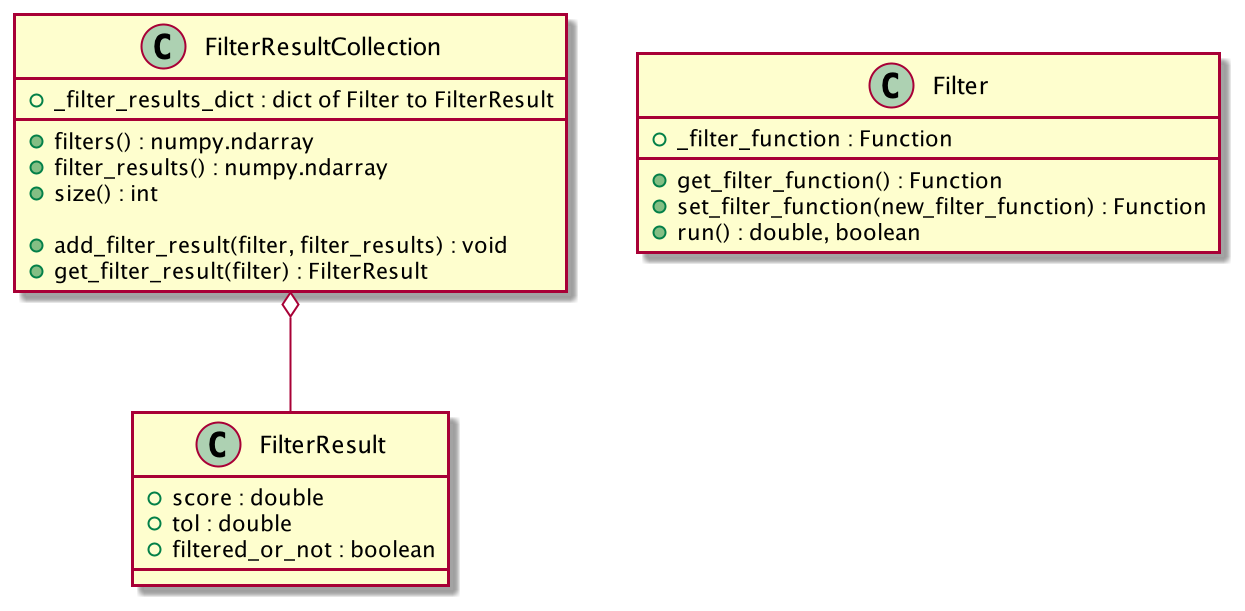
The PlantUML diagram fr_frc.png in sys-bio/SBviper, before a commit.
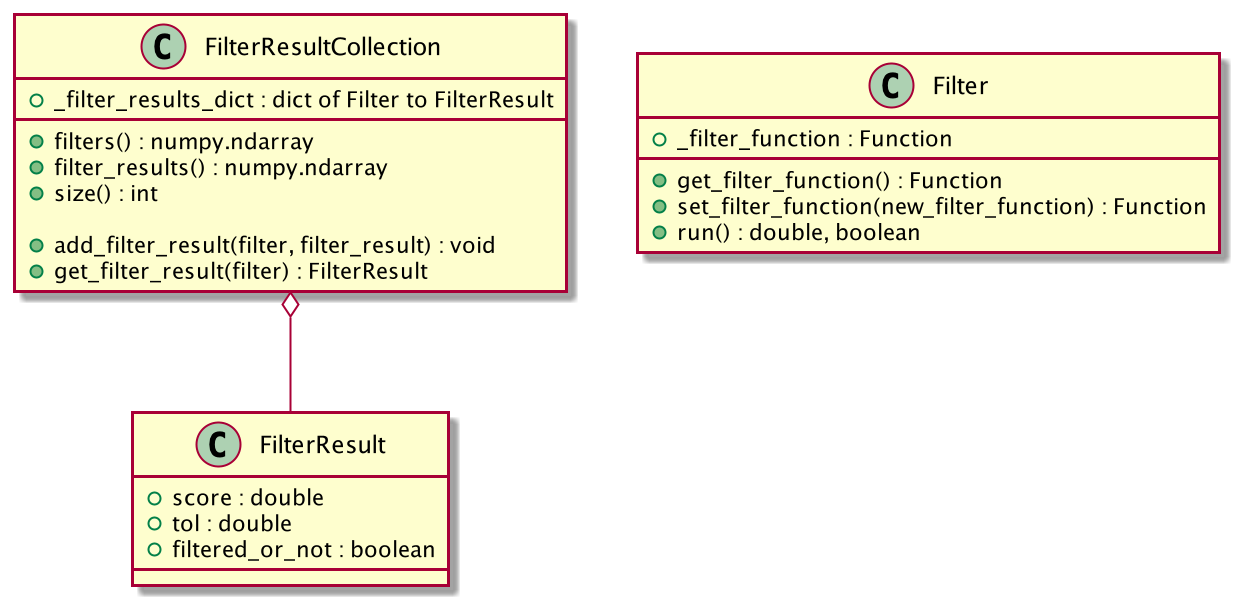
The same file after the commit.

Diff of the diagram source:
```diff
@@ -9,7 +9,7 @@
     +filter_results() : numpy.ndarray
     +size() : int
 
-    +add_filter_result(filter, filter_results) : void
+    +add_filter_result(filter, filter_result) : void
     +get_filter_result(filter) : FilterResult
 }
 
```
